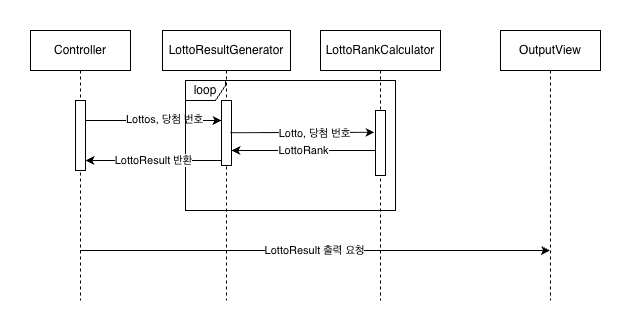
The draw.io diagram image/LottoResultSequenceDiagram.png in toctoce/java-lotto-8, before a commit. Source tidied: cells renumbered, new cells last; positions are measured from the earlier drawing's top-left corner, leaving out a move shared by most shapes.
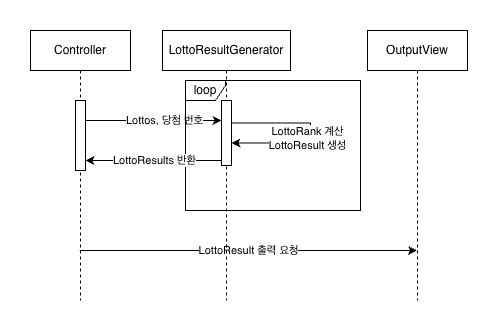
Above is the later version.

Diff of the diagram source:
```diff
@@ -2,7 +2,7 @@
   <root>
     <mxCell id="0" />
     <mxCell id="1" parent="0" />
-    <mxCell id="2" value="LottoResult 출력 요청" style="edgeStyle=elbowEdgeStyle;rounded=0;jettySize=auto;html=1;elbow=vertical;curved=0;" parent="1" edge="1" source="3" target="7">
+    <mxCell id="2" value="LottoResult 출력 요청" style="edgeStyle=elbowEdgeStyle;rounded=0;jettySize=auto;html=1;elbow=vertical;curved=0;" parent="1" edge="1" source="3" target="9">
       <mxGeometry relative="1" as="geometry">
         <Array as="points">
           <mxPoint x="285" y="220" />
@@ -21,14 +21,20 @@
     <mxCell id="6" style="html=1;points=[];perimeter=orthogonalPerimeter;outlineConnect=0;targetShapes=umlLifeline;portConstraint=eastwest;newEdgeStyle={&quot;edgeStyle&quot;:&quot;elbowEdgeStyle&quot;,&quot;elbow&quot;:&quot;vertical&quot;,&quot;curved&quot;:0,&quot;rounded&quot;:0};" parent="5" vertex="1">
       <mxGeometry x="59" y="70" width="10" height="65" as="geometry" />
     </mxCell>
-    <mxCell id="7" value="OutputView" style="shape=umlLifeline;perimeter=lifelinePerimeter;whiteSpace=wrap;html=1;outlineConnect=0;portConstraint=eastwest;newEdgeStyle={&quot;edgeStyle&quot;:&quot;elbowEdgeStyle&quot;,&quot;elbow&quot;:&quot;vertical&quot;,&quot;curved&quot;:0,&quot;rounded&quot;:0};size=40;" parent="1" vertex="1">
-      <mxGeometry x="470" width="100" height="270" as="geometry" />
+    <mxCell id="7" style="edgeStyle=elbowEdgeStyle;rounded=0;orthogonalLoop=1;jettySize=auto;html=1;elbow=vertical;curved=0;" parent="5" edge="1" source="6" target="6">
+      <mxGeometry relative="1" as="geometry">
+        <Array as="points">
+          <mxPoint x="148" y="100" />
+        </Array>
+      </mxGeometry>
     </mxCell>
-    <mxCell id="8" value="LottoRankCalculator" style="shape=umlLifeline;perimeter=lifelinePerimeter;whiteSpace=wrap;html=1;newEdgeStyle={&quot;edgeStyle&quot;:&quot;elbowEdgeStyle&quot;,&quot;elbow&quot;:&quot;vertical&quot;,&quot;curved&quot;:0,&quot;rounded&quot;:0};size=40;" parent="1" vertex="1">
-      <mxGeometry x="290" width="120" height="270" as="geometry" />
+    <mxCell id="8" value="LottoRank 계산&lt;div&gt;LottoResult 생성&lt;/div&gt;" style="edgeLabel;html=1;align=center;verticalAlign=middle;" parent="7" vertex="1">
+      <mxGeometry x="0.04" y="-4" relative="1" as="geometry">
+        <mxPoint y="1" as="offset" />
+      </mxGeometry>
     </mxCell>
-    <mxCell id="9" style="html=1;points=[];perimeter=orthogonalPerimeter;outlineConnect=0;targetShapes=umlLifeline;portConstraint=eastwest;newEdgeStyle={&quot;edgeStyle&quot;:&quot;elbowEdgeStyle&quot;,&quot;elbow&quot;:&quot;vertical&quot;,&quot;curved&quot;:0,&quot;rounded&quot;:0};" parent="8" vertex="1">
-      <mxGeometry x="55" y="80" width="10" height="65" as="geometry" />
+    <mxCell id="9" value="OutputView" style="shape=umlLifeline;perimeter=lifelinePerimeter;whiteSpace=wrap;html=1;outlineConnect=0;portConstraint=eastwest;newEdgeStyle={&quot;edgeStyle&quot;:&quot;elbowEdgeStyle&quot;,&quot;elbow&quot;:&quot;vertical&quot;,&quot;curved&quot;:0,&quot;rounded&quot;:0};size=40;" parent="1" vertex="1">
+      <mxGeometry x="337" width="100" height="270" as="geometry" />
     </mxCell>
     <mxCell id="10" style="edgeStyle=elbowEdgeStyle;rounded=0;jettySize=auto;html=1;elbow=vertical;curved=0;" parent="1" edge="1" source="4" target="6">
       <mxGeometry relative="1" as="geometry">
@@ -40,31 +46,15 @@
     <mxCell id="11" value="Lottos, 당첨 번호" style="edgeLabel;html=1;align=center;verticalAlign=middle;" parent="10" vertex="1">
       <mxGeometry x="0.15" y="1" relative="1" as="geometry" />
     </mxCell>
-    <mxCell id="12" style="edgeStyle=elbowEdgeStyle;rounded=0;orthogonalLoop=1;jettySize=auto;html=1;elbow=vertical;curved=0;" parent="1" edge="1">
-      <mxGeometry relative="1" as="geometry">
-        <mxPoint x="200" y="102.2" as="sourcePoint" />
-        <mxPoint x="344" y="102.2" as="targetPoint" />
-      </mxGeometry>
+    <mxCell id="12" value="loop" style="shape=umlFrame;whiteSpace=wrap;html=1;width=40;height=20;" parent="1" vertex="1">
+      <mxGeometry x="155" y="50" width="175" height="130" as="geometry" />
     </mxCell>
-    <mxCell id="13" value="Lotto, 당첨 번호" style="edgeLabel;html=1;align=center;verticalAlign=middle;" parent="12" vertex="1">
-      <mxGeometry x="0.17" y="-1" relative="1" as="geometry" />
+    <mxCell id="13" value="LottoResults 반환" style="edgeStyle=elbowEdgeStyle;rounded=0;jettySize=auto;html=1;elbow=vertical;curved=0;" parent="1" edge="1" source="6" target="4">
+      <mxGeometry relative="1" as="geometry">
+        <Array as="points">
+          <mxPoint x="120" y="130" />
+        </Array>
+      </mxGeometry>
     </mxCell>
-    <mxCell id="14" value="loop" style="shape=umlFrame;whiteSpace=wrap;html=1;width=40;height=20;" parent="1" vertex="1">
-      <mxGeometry x="155" y="50" width="210" height="130" as="geometry" />
-    </mxCell>
-    <mxCell id="15" value="LottoRank" style="edgeStyle=elbowEdgeStyle;rounded=0;jettySize=auto;html=1;elbow=horizontal;curved=0;" parent="1" edge="1" source="9" target="6">
-      <mxGeometry relative="1" as="geometry">
-        <Array as="points">
-          <mxPoint x="270" y="120" />
-        </Array>
-      </mxGeometry>
-    </mxCell>
-    <mxCell id="16" value="LottoResult 반환" style="edgeStyle=elbowEdgeStyle;rounded=0;jettySize=auto;html=1;elbow=vertical;curved=0;" parent="1" edge="1" source="6" target="4">
-      <mxGeometry relative="1" as="geometry">
-        <Array as="points">
-          <mxPoint x="120" y="130" />
-        </Array>
-      </mxGeometry>
-    </mxCell>
   </root>
 </mxGraphModel>
```
